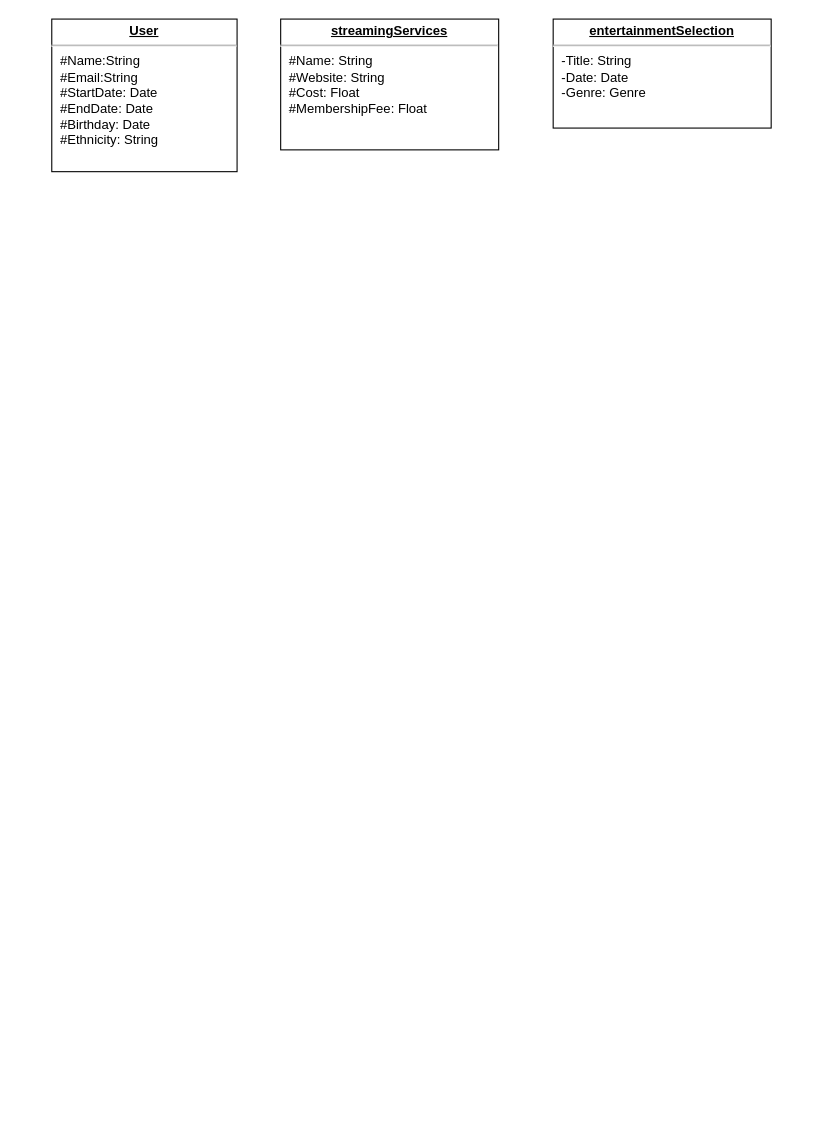
Laurie415/moki keeps this draw.io diagram as img/Untitled Diagram.drawio. Above is the earlier version. Source tidied: cells renumbered, new cells numbered last; positions are measured from the earlier drawing's top-left corner, leaving out a move shared by most shapes. Both pictures are drawn from the tidied source at 109%, with x=0, y=0 at pixel (51, 19).
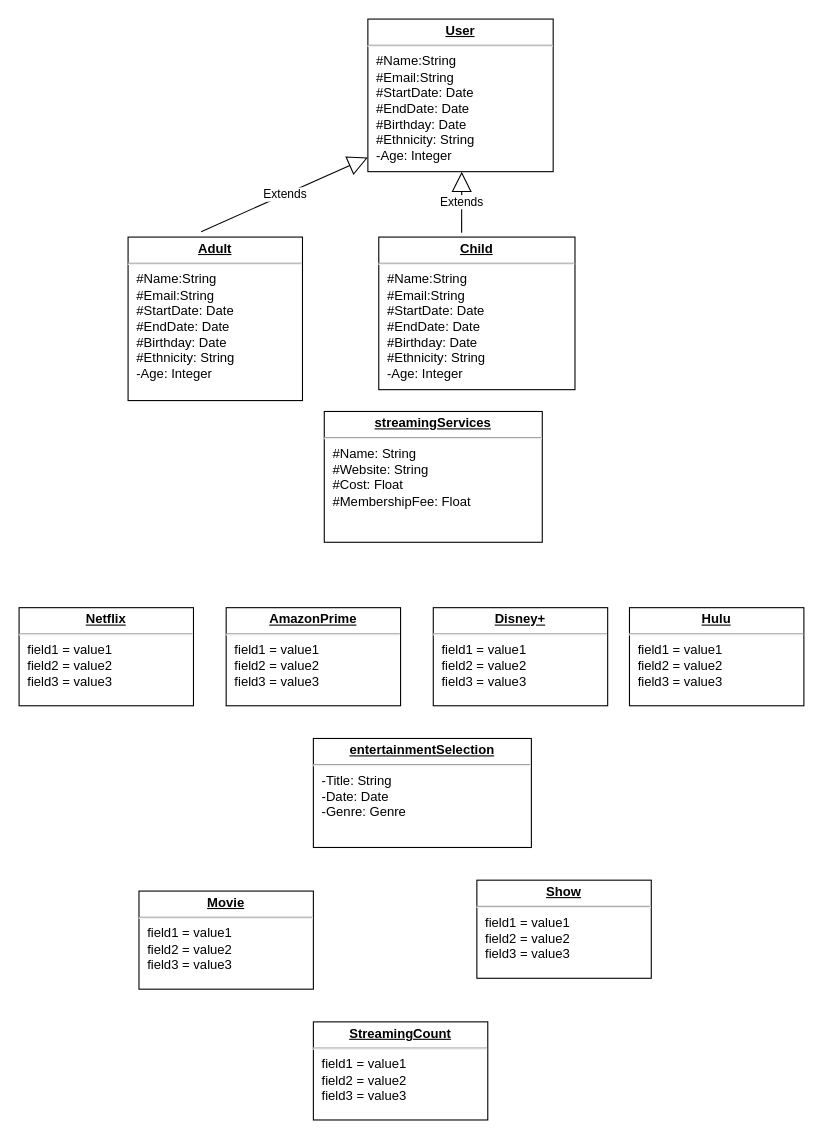
Above is the later version.

Diff of the diagram source:
```diff
@@
 <mxGraphModel>
   <root>
     <mxCell id="0" />
     <mxCell id="1" parent="0" />
-    <mxCell id="2" value="&lt;p style=&quot;margin: 0px ; margin-top: 4px ; text-align: center ; text-decoration: underline&quot;&gt;&lt;b&gt;User&lt;/b&gt;&lt;/p&gt;&lt;hr&gt;&lt;p style=&quot;margin: 0px ; margin-left: 8px&quot;&gt;#Name:String&lt;br&gt;#Email:String&lt;br&gt;#StartDate: Date&lt;/p&gt;&lt;p style=&quot;margin: 0px ; margin-left: 8px&quot;&gt;#EndDate: Date&lt;/p&gt;&lt;p style=&quot;margin: 0px ; margin-left: 8px&quot;&gt;#Birthday: Date&lt;/p&gt;&lt;p style=&quot;margin: 0px ; margin-left: 8px&quot;&gt;#Ethnicity: String&lt;/p&gt;" style="verticalAlign=top;align=left;overflow=fill;fontSize=12;fontFamily=Helvetica;html=1;" parent="1" vertex="1">
-      <mxGeometry width="170" height="140" as="geometry" />
+    <mxCell id="2" value="&lt;p style=&quot;margin: 0px ; margin-top: 4px ; text-align: center ; text-decoration: underline&quot;&gt;&lt;b&gt;User&lt;/b&gt;&lt;/p&gt;&lt;hr&gt;&lt;p style=&quot;margin: 0px ; margin-left: 8px&quot;&gt;#Name:String&lt;br&gt;#Email:String&lt;br&gt;#StartDate: Date&lt;/p&gt;&lt;p style=&quot;margin: 0px ; margin-left: 8px&quot;&gt;#EndDate: Date&lt;/p&gt;&lt;p style=&quot;margin: 0px ; margin-left: 8px&quot;&gt;#Birthday: Date&lt;/p&gt;&lt;p style=&quot;margin: 0px ; margin-left: 8px&quot;&gt;#Ethnicity: String&lt;/p&gt;&lt;p style=&quot;margin: 0px ; margin-left: 8px&quot;&gt;-Age: Integer&lt;/p&gt;" style="verticalAlign=top;align=left;overflow=fill;fontSize=12;fontFamily=Helvetica;html=1;" parent="1" vertex="1">
+      <mxGeometry x="290" width="170" height="140" as="geometry" />
     </mxCell>
     <mxCell id="3" value="&lt;p style=&quot;margin: 0px ; margin-top: 4px ; text-align: center ; text-decoration: underline&quot;&gt;&lt;b&gt;streamingServices&lt;/b&gt;&lt;/p&gt;&lt;hr&gt;&lt;p style=&quot;margin: 0px ; margin-left: 8px&quot;&gt;#Name: String&lt;br&gt;#Website: String&lt;br&gt;#Cost: Float&lt;/p&gt;&lt;p style=&quot;margin: 0px ; margin-left: 8px&quot;&gt;#MembershipFee: Float&lt;/p&gt;&lt;p style=&quot;margin: 0px ; margin-left: 8px&quot;&gt;&lt;br&gt;&lt;/p&gt;" style="verticalAlign=top;align=left;overflow=fill;fontSize=12;fontFamily=Helvetica;html=1;" parent="1" vertex="1">
-      <mxGeometry x="210" width="200" height="120" as="geometry" />
+      <mxGeometry x="250" y="360" width="200" height="120" as="geometry" />
     </mxCell>
     <mxCell id="4" value="&lt;p style=&quot;margin: 0px ; margin-top: 4px ; text-align: center ; text-decoration: underline&quot;&gt;&lt;b&gt;entertainmentSelection&lt;/b&gt;&lt;/p&gt;&lt;hr&gt;&lt;p style=&quot;margin: 0px ; margin-left: 8px&quot;&gt;-Title: String&lt;br&gt;-Date: Date&lt;br&gt;-Genre: Genre&lt;/p&gt;&lt;p style=&quot;margin: 0px ; margin-left: 8px&quot;&gt;&lt;br&gt;&lt;/p&gt;" style="verticalAlign=top;align=left;overflow=fill;fontSize=12;fontFamily=Helvetica;html=1;" parent="1" vertex="1">
-      <mxGeometry x="460" width="200" height="100" as="geometry" />
+      <mxGeometry x="240" y="660" width="200" height="100" as="geometry" />
     </mxCell>
+    <mxCell id="5" value="&lt;p style=&quot;margin: 0px ; margin-top: 4px ; text-align: center ; text-decoration: underline&quot;&gt;&lt;b&gt;Adult&lt;/b&gt;&lt;/p&gt;&lt;hr&gt;&lt;p style=&quot;margin: 0px 0px 0px 8px&quot;&gt;#Name:String&lt;br&gt;#Email:String&lt;br&gt;#StartDate: Date&lt;/p&gt;&lt;p style=&quot;margin: 0px 0px 0px 8px&quot;&gt;#EndDate: Date&lt;/p&gt;&lt;p style=&quot;margin: 0px 0px 0px 8px&quot;&gt;#Birthday: Date&lt;/p&gt;&lt;p style=&quot;margin: 0px 0px 0px 8px&quot;&gt;#Ethnicity: String&lt;/p&gt;&lt;p style=&quot;margin: 0px 0px 0px 8px&quot;&gt;-Age: Integer&lt;/p&gt;" style="verticalAlign=top;align=left;overflow=fill;fontSize=12;fontFamily=Helvetica;html=1;" parent="1" vertex="1">
+      <mxGeometry x="70" y="200" width="160" height="150" as="geometry" />
+    </mxCell>
+    <mxCell id="6" value="&lt;p style=&quot;margin: 0px ; margin-top: 4px ; text-align: center ; text-decoration: underline&quot;&gt;&lt;b&gt;Child&lt;/b&gt;&lt;/p&gt;&lt;hr&gt;&lt;p style=&quot;margin: 0px 0px 0px 8px&quot;&gt;#Name:String&lt;br&gt;#Email:String&lt;br&gt;#StartDate: Date&lt;/p&gt;&lt;p style=&quot;margin: 0px 0px 0px 8px&quot;&gt;#EndDate: Date&lt;/p&gt;&lt;p style=&quot;margin: 0px 0px 0px 8px&quot;&gt;#Birthday: Date&lt;/p&gt;&lt;p style=&quot;margin: 0px 0px 0px 8px&quot;&gt;#Ethnicity: String&lt;/p&gt;&lt;p style=&quot;margin: 0px 0px 0px 8px&quot;&gt;-Age: Integer&lt;/p&gt;" style="verticalAlign=top;align=left;overflow=fill;fontSize=12;fontFamily=Helvetica;html=1;" parent="1" vertex="1">
+      <mxGeometry x="300" y="200" width="180" height="140" as="geometry" />
+    </mxCell>
+    <mxCell id="7" value="&lt;p style=&quot;margin: 0px ; margin-top: 4px ; text-align: center ; text-decoration: underline&quot;&gt;&lt;b&gt;Netflix&lt;/b&gt;&lt;/p&gt;&lt;hr&gt;&lt;p style=&quot;margin: 0px ; margin-left: 8px&quot;&gt;field1 = value1&lt;br&gt;field2 = value2&lt;br&gt;field3 = value3&lt;/p&gt;" style="verticalAlign=top;align=left;overflow=fill;fontSize=12;fontFamily=Helvetica;html=1;" parent="1" vertex="1">
+      <mxGeometry x="-30" y="540" width="160" height="90" as="geometry" />
+    </mxCell>
+    <mxCell id="8" value="&lt;p style=&quot;margin: 0px ; margin-top: 4px ; text-align: center ; text-decoration: underline&quot;&gt;&lt;b&gt;AmazonPrime&lt;/b&gt;&lt;/p&gt;&lt;hr&gt;&lt;p style=&quot;margin: 0px ; margin-left: 8px&quot;&gt;field1 = value1&lt;br&gt;field2 = value2&lt;br&gt;field3 = value3&lt;/p&gt;" style="verticalAlign=top;align=left;overflow=fill;fontSize=12;fontFamily=Helvetica;html=1;" parent="1" vertex="1">
+      <mxGeometry x="160" y="540" width="160" height="90" as="geometry" />
+    </mxCell>
+    <mxCell id="9" value="&lt;p style=&quot;margin: 0px ; margin-top: 4px ; text-align: center ; text-decoration: underline&quot;&gt;&lt;b&gt;Disney+&lt;/b&gt;&lt;/p&gt;&lt;hr&gt;&lt;p style=&quot;margin: 0px ; margin-left: 8px&quot;&gt;field1 = value1&lt;br&gt;field2 = value2&lt;br&gt;field3 = value3&lt;/p&gt;" style="verticalAlign=top;align=left;overflow=fill;fontSize=12;fontFamily=Helvetica;html=1;" parent="1" vertex="1">
+      <mxGeometry x="350" y="540" width="160" height="90" as="geometry" />
+    </mxCell>
+    <mxCell id="10" value="&lt;p style=&quot;margin: 0px ; margin-top: 4px ; text-align: center ; text-decoration: underline&quot;&gt;&lt;b&gt;Hulu&lt;/b&gt;&lt;/p&gt;&lt;hr&gt;&lt;p style=&quot;margin: 0px ; margin-left: 8px&quot;&gt;field1 = value1&lt;br&gt;field2 = value2&lt;br&gt;field3 = value3&lt;/p&gt;" style="verticalAlign=top;align=left;overflow=fill;fontSize=12;fontFamily=Helvetica;html=1;" parent="1" vertex="1">
+      <mxGeometry x="530" y="540" width="160" height="90" as="geometry" />
+    </mxCell>
+    <mxCell id="11" value="Extends" style="endArrow=block;endSize=16;endFill=0;html=1;exitX=0.419;exitY=-0.033;exitDx=0;exitDy=0;exitPerimeter=0;entryX=0;entryY=0.907;entryDx=0;entryDy=0;entryPerimeter=0;" parent="1" edge="1" source="5" target="2">
+      <mxGeometry relative="1" as="geometry" />
+    </mxCell>
+    <mxCell id="12" value="Extends" style="endArrow=block;endSize=16;endFill=0;html=1;entryX=0.424;entryY=1;entryDx=0;entryDy=0;entryPerimeter=0;" parent="1" edge="1">
+      <mxGeometry relative="1" as="geometry">
+        <mxPoint x="376" y="196" as="sourcePoint" />
+        <mxPoint x="376.1" y="140" as="targetPoint" />
+      </mxGeometry>
+    </mxCell>
+    <mxCell id="13" value="&lt;p style=&quot;margin: 0px ; margin-top: 4px ; text-align: center ; text-decoration: underline&quot;&gt;&lt;b&gt;Movie&lt;/b&gt;&lt;/p&gt;&lt;hr&gt;&lt;p style=&quot;margin: 0px ; margin-left: 8px&quot;&gt;field1 = value1&lt;br&gt;field2 = value2&lt;br&gt;field3 = value3&lt;/p&gt;" style="verticalAlign=top;align=left;overflow=fill;fontSize=12;fontFamily=Helvetica;html=1;" parent="1" vertex="1">
+      <mxGeometry x="80" y="800" width="160" height="90" as="geometry" />
+    </mxCell>
+    <mxCell id="14" value="&lt;p style=&quot;margin: 0px ; margin-top: 4px ; text-align: center ; text-decoration: underline&quot;&gt;&lt;b&gt;Show&lt;/b&gt;&lt;/p&gt;&lt;hr&gt;&lt;p style=&quot;margin: 0px ; margin-left: 8px&quot;&gt;field1 = value1&lt;br&gt;field2 = value2&lt;br&gt;field3 = value3&lt;/p&gt;" style="verticalAlign=top;align=left;overflow=fill;fontSize=12;fontFamily=Helvetica;html=1;" parent="1" vertex="1">
+      <mxGeometry x="390" y="790" width="160" height="90" as="geometry" />
+    </mxCell>
+    <mxCell id="15" value="&lt;p style=&quot;margin: 0px ; margin-top: 4px ; text-align: center ; text-decoration: underline&quot;&gt;&lt;b&gt;StreamingCount&lt;/b&gt;&lt;/p&gt;&lt;hr&gt;&lt;p style=&quot;margin: 0px ; margin-left: 8px&quot;&gt;field1 = value1&lt;br&gt;field2 = value2&lt;br&gt;field3 = value3&lt;/p&gt;" style="verticalAlign=top;align=left;overflow=fill;fontSize=12;fontFamily=Helvetica;html=1;" parent="1" vertex="1">
+      <mxGeometry x="240" y="920" width="160" height="90" as="geometry" />
+    </mxCell>
   </root>
 </mxGraphModel>
```
